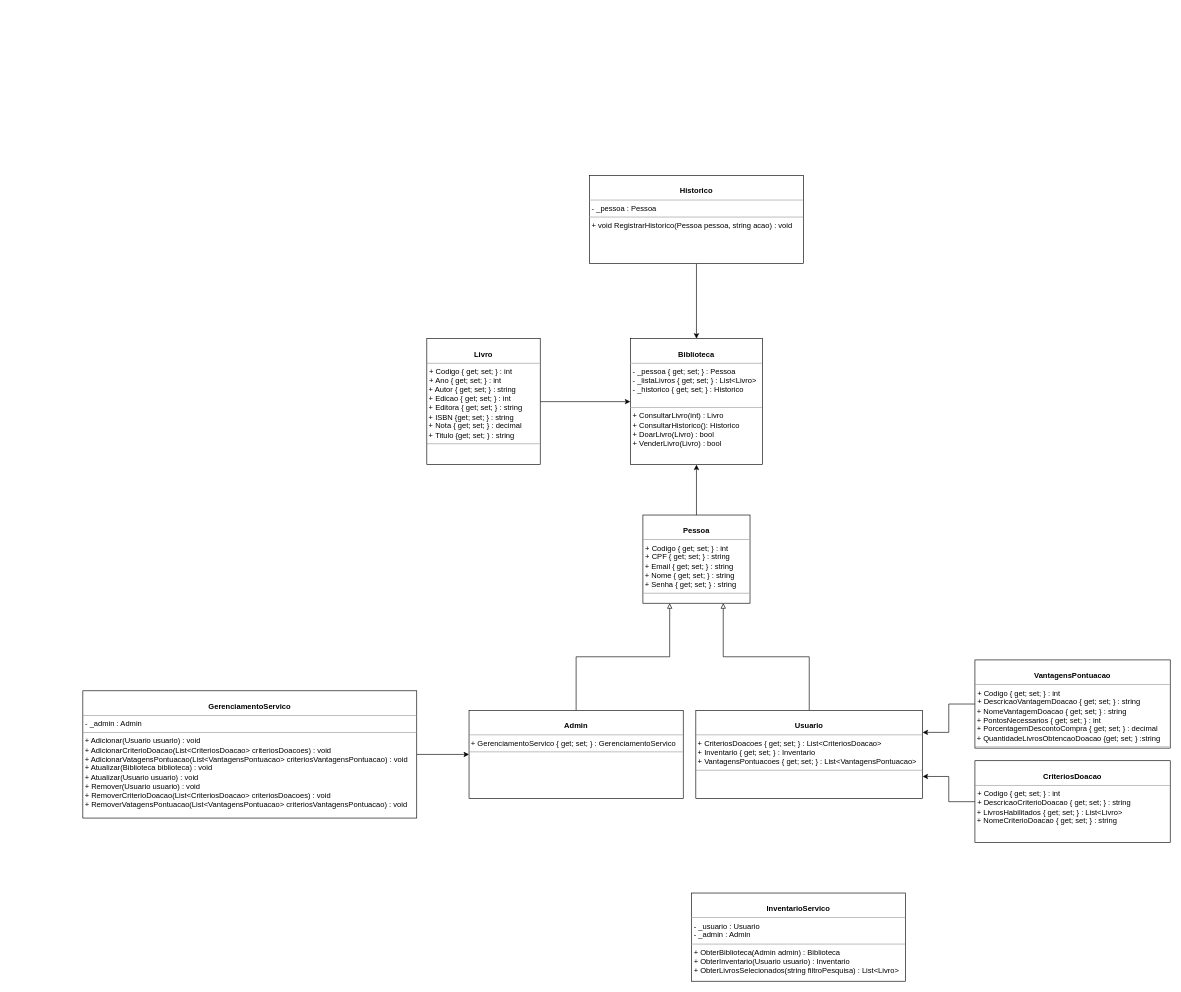
The draw.io diagram novoDiagramaClasse.drawio in lucaspercisi/UFFS, before the edit. Source tidied: cells renumbered, new cells numbered last; positions are measured from the earlier drawing's top-left corner, leaving out a move shared by most shapes. Both pictures are drawn from the tidied source at 63%, with x=0, y=0 at pixel (83, 175).
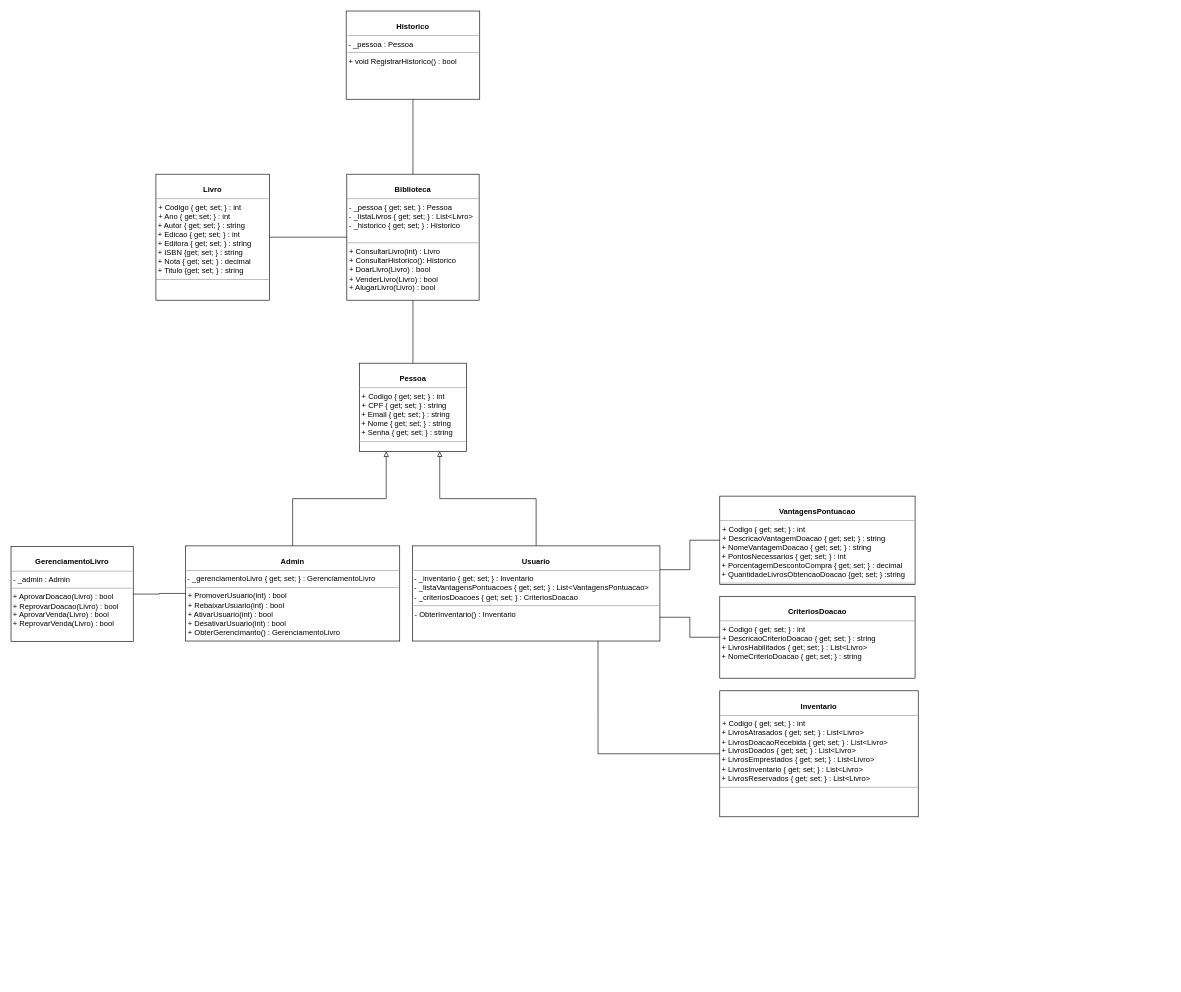
The same diagram, later.

Diff of the diagram source:
```diff
@@
-    <mxCell id="2" value="&lt;p style=&quot;margin:0px;margin-top:4px;text-align:center;&quot;&gt;&lt;br&gt;&lt;b&gt;Biblioteca&lt;/b&gt;&lt;/p&gt;&lt;hr size=&quot;1&quot;&gt;&lt;p style=&quot;margin: 0px 0px 0px 4px;&quot;&gt;- _pessoa { get; set; } : Pessoa&lt;/p&gt;&lt;p style=&quot;margin: 0px 0px 0px 4px;&quot;&gt;- _listaLivros { get; set; } : List&amp;lt;Livro&amp;gt;&lt;/p&gt;&lt;p style=&quot;margin: 0px 0px 0px 4px;&quot;&gt;- _historico { get; set; } : Historico&lt;/p&gt;&lt;br&gt;&lt;hr size=&quot;1&quot;&gt;&lt;p style=&quot;margin:0px;margin-left:4px;&quot;&gt;+ ConsultarLivro(int) : Livro&lt;/p&gt;&lt;p style=&quot;margin:0px;margin-left:4px;&quot;&gt;+ ConsultarHistorico(): Historico&lt;/p&gt;&lt;p style=&quot;margin:0px;margin-left:4px;&quot;&gt;+ DoarLivro(Livro) : bool&lt;/p&gt;&lt;p style=&quot;margin:0px;margin-left:4px;&quot;&gt;+ VenderLivro(Livro) : bool&lt;/p&gt;" style="verticalAlign=top;align=left;overflow=fill;fontSize=12;fontFamily=Helvetica;html=1;rounded=0;shadow=0;comic=0;labelBackgroundColor=none;strokeWidth=1;" parent="1" vertex="1">
-      <mxGeometry x="869" y="259" width="210" height="200" as="geometry" />
+    <mxCell id="2" value="&lt;p style=&quot;margin:0px;margin-top:4px;text-align:center;&quot;&gt;&lt;br&gt;&lt;b&gt;Biblioteca&lt;/b&gt;&lt;/p&gt;&lt;hr size=&quot;1&quot;&gt;&lt;p style=&quot;margin: 0px 0px 0px 4px;&quot;&gt;- _pessoa { get; set; } : Pessoa&lt;/p&gt;&lt;p style=&quot;margin: 0px 0px 0px 4px;&quot;&gt;- _listaLivros { get; set; } : List&amp;lt;Livro&amp;gt;&lt;/p&gt;&lt;p style=&quot;margin: 0px 0px 0px 4px;&quot;&gt;- _historico { get; set; } : Historico&lt;/p&gt;&lt;br&gt;&lt;hr size=&quot;1&quot;&gt;&lt;p style=&quot;margin:0px;margin-left:4px;&quot;&gt;+ ConsultarLivro(int) : Livro&lt;/p&gt;&lt;p style=&quot;margin:0px;margin-left:4px;&quot;&gt;+ ConsultarHistorico(): Historico&lt;/p&gt;&lt;p style=&quot;margin:0px;margin-left:4px;&quot;&gt;+ DoarLivro(Livro) : bool&lt;/p&gt;&lt;p style=&quot;margin:0px;margin-left:4px;&quot;&gt;+ VenderLivro(Livro) : bool&lt;/p&gt;&lt;p style=&quot;margin:0px;margin-left:4px;&quot;&gt;+ AlugarLivro(Livro) : bool&lt;/p&gt;" style="verticalAlign=top;align=left;overflow=fill;fontSize=12;fontFamily=Helvetica;html=1;rounded=0;shadow=0;comic=0;labelBackgroundColor=none;strokeWidth=1;" parent="1" vertex="1">
+      <mxGeometry x="419" y="-2" width="210" height="200" as="geometry" />
     </mxCell>
-    <mxCell id="3" style="edgeStyle=orthogonalEdgeStyle;rounded=0;jettySize=auto;html=1;exitX=0.5;exitY=0;exitDx=0;exitDy=0;" parent="1" edge="1" source="4" target="2">
+    <mxCell id="3" style="edgeStyle=orthogonalEdgeStyle;rounded=0;jettySize=auto;html=1;exitX=0.5;exitY=0;exitDx=0;exitDy=0;endArrow=none;endFill=0;" parent="1" edge="1" source="4" target="2">
       <mxGeometry relative="1" as="geometry" />
     </mxCell>
     <mxCell id="4" value="&lt;p style=&quot;margin:0px;margin-top:4px;text-align:center;&quot;&gt;&lt;br&gt;&lt;b&gt;Pessoa&lt;/b&gt;&lt;/p&gt;&lt;hr size=&quot;1&quot;&gt;&lt;p style=&quot;margin: 0px 0px 0px 4px;&quot;&gt;+ Codigo { get; set; } : int&lt;/p&gt;&lt;p style=&quot;margin: 0px 0px 0px 4px;&quot;&gt;+ CPF { get; set; } : string&lt;/p&gt;&amp;nbsp;+ Email { get; set; } : string&amp;nbsp;&lt;br&gt;&amp;nbsp;+ Nome { get; set; } : string&lt;br&gt;&amp;nbsp;+ Senha { get; set; } : string&lt;br&gt;&lt;hr size=&quot;1&quot;&gt;&lt;p style=&quot;margin:0px;margin-left:4px;&quot;&gt;&lt;br&gt;&lt;/p&gt;&lt;p style=&quot;margin:0px;margin-left:4px;&quot;&gt;&lt;br&gt;&lt;/p&gt;" style="verticalAlign=top;align=left;overflow=fill;fontSize=12;fontFamily=Helvetica;html=1;rounded=0;shadow=0;comic=0;labelBackgroundColor=none;strokeWidth=1;" parent="1" vertex="1">
-      <mxGeometry x="889" y="539" width="170" height="140" as="geometry" />
+      <mxGeometry x="439" y="298" width="170" height="140" as="geometry" />
     </mxCell>
@@
-    <mxCell id="6" value="&lt;p style=&quot;margin:0px;margin-top:4px;text-align:center;&quot;&gt;&lt;br&gt;&lt;b&gt;Admin&lt;/b&gt;&lt;/p&gt;&lt;hr size=&quot;1&quot;&gt;&lt;p style=&quot;margin: 0px 0px 0px 4px;&quot;&gt;&lt;/p&gt;&amp;nbsp;+ GerenciamentoServico { get; set; } : GerenciamentoServico&amp;nbsp;&lt;br&gt;&lt;hr size=&quot;1&quot;&gt;&lt;p style=&quot;margin:0px;margin-left:4px;&quot;&gt;&lt;br&gt;&lt;/p&gt;&lt;p style=&quot;margin:0px;margin-left:4px;&quot;&gt;&lt;br&gt;&lt;/p&gt;" style="verticalAlign=top;align=left;overflow=fill;fontSize=12;fontFamily=Helvetica;html=1;rounded=0;shadow=0;comic=0;labelBackgroundColor=none;strokeWidth=1;" parent="1" vertex="1">
-      <mxGeometry x="613" y="849" width="340" height="140" as="geometry" />
+    <mxCell id="6" value="&lt;p style=&quot;margin:0px;margin-top:4px;text-align:center;&quot;&gt;&lt;br&gt;&lt;b&gt;Admin&lt;/b&gt;&lt;/p&gt;&lt;hr size=&quot;1&quot;&gt;&lt;p style=&quot;margin: 0px 0px 0px 4px;&quot;&gt;&lt;/p&gt;&amp;nbsp;- _gerenciamentoLivro { get; set; } : GerenciamentoLivro&lt;br&gt;&lt;hr size=&quot;1&quot;&gt;&lt;p style=&quot;margin:0px;margin-left:4px;&quot;&gt;+ PromoverUsuario(int) : bool&lt;/p&gt;&lt;p style=&quot;margin:0px;margin-left:4px;&quot;&gt;+ RebaixarUsuario(int) : bool&lt;br&gt;&lt;/p&gt;&lt;p style=&quot;margin:0px;margin-left:4px;&quot;&gt;+ AtivarUsuario(int) : bool&lt;br&gt;&lt;/p&gt;&lt;p style=&quot;margin:0px;margin-left:4px;&quot;&gt;+ DesativarUsuario(int) : bool&lt;br&gt;&lt;/p&gt;&lt;p style=&quot;margin:0px;margin-left:4px;&quot;&gt;+ ObterGerencimanto() : GerenciamentoLivro&lt;/p&gt;&lt;p style=&quot;margin:0px;margin-left:4px;&quot;&gt;&lt;br&gt;&lt;/p&gt;" style="verticalAlign=top;align=left;overflow=fill;fontSize=12;fontFamily=Helvetica;html=1;rounded=0;shadow=0;comic=0;labelBackgroundColor=none;strokeWidth=1;" parent="1" vertex="1">
+      <mxGeometry x="163" y="588" width="340" height="151" as="geometry" />
     </mxCell>
@@
-    <mxCell id="8" value="&lt;p style=&quot;margin:0px;margin-top:4px;text-align:center;&quot;&gt;&lt;br&gt;&lt;b&gt;Usuario&lt;/b&gt;&lt;/p&gt;&lt;hr size=&quot;1&quot;&gt;&lt;p style=&quot;margin: 0px 0px 0px 4px;&quot;&gt;&lt;/p&gt;&amp;nbsp;+ CriteriosDoacoes { get; set; } : List&amp;lt;CriteriosDoacao&amp;gt;&amp;nbsp;&lt;br&gt;&amp;nbsp;+ Inventario { get; set; } : Inventario&amp;nbsp;&lt;br&gt;&amp;nbsp;+ VantagensPontuacoes { get; set; } : List&amp;lt;VantagensPontuacao&amp;gt;&amp;nbsp;&lt;br&gt;&lt;hr size=&quot;1&quot;&gt;&lt;p style=&quot;margin:0px;margin-left:4px;&quot;&gt;&lt;br&gt;&lt;/p&gt;&lt;p style=&quot;margin:0px;margin-left:4px;&quot;&gt;&lt;br&gt;&lt;/p&gt;" style="verticalAlign=top;align=left;overflow=fill;fontSize=12;fontFamily=Helvetica;html=1;rounded=0;shadow=0;comic=0;labelBackgroundColor=none;strokeWidth=1;" parent="1" vertex="1">
-      <mxGeometry x="973" y="849" width="360" height="140" as="geometry" />
+    <mxCell id="8" value="&lt;p style=&quot;margin:0px;margin-top:4px;text-align:center;&quot;&gt;&lt;br&gt;&lt;b&gt;Usuario&lt;/b&gt;&lt;/p&gt;&lt;hr size=&quot;1&quot;&gt;&lt;p style=&quot;margin: 0px 0px 0px 4px;&quot;&gt;&lt;/p&gt;&amp;nbsp;-&amp;nbsp;_inventario { get; set; } : Inventario&amp;nbsp;&lt;br&gt;&amp;nbsp;- _listaVantagensPontuacoes { get; set; } : List&amp;lt;VantagensPontuacao&amp;gt;&lt;br&gt;&amp;nbsp;- _criteriosDoacoes { get; set; } : CriteriosDoacao&lt;br&gt;&lt;hr size=&quot;1&quot;&gt;&lt;p style=&quot;margin:0px;margin-left:4px;&quot;&gt;- ObterInventario() : Inventario&lt;/p&gt;&lt;p style=&quot;margin:0px;margin-left:4px;&quot;&gt;&lt;br&gt;&lt;/p&gt;" style="verticalAlign=top;align=left;overflow=fill;fontSize=12;fontFamily=Helvetica;html=1;rounded=0;shadow=0;comic=0;labelBackgroundColor=none;strokeWidth=1;" parent="1" vertex="1">
+      <mxGeometry x="523" y="588" width="393" height="151" as="geometry" />
     </mxCell>
-    <mxCell id="9" style="edgeStyle=orthogonalEdgeStyle;rounded=0;jettySize=auto;html=1;exitX=0.5;exitY=1;exitDx=0;exitDy=0;" parent="1" edge="1" source="10" target="2">
+    <mxCell id="9" style="edgeStyle=orthogonalEdgeStyle;rounded=0;jettySize=auto;html=1;exitX=0.5;exitY=1;exitDx=0;exitDy=0;endArrow=none;endFill=0;" parent="1" edge="1" source="10" target="2">
       <mxGeometry relative="1" as="geometry" />
     </mxCell>
-    <mxCell id="10" value="&lt;p style=&quot;margin:0px;margin-top:4px;text-align:center;&quot;&gt;&lt;br&gt;&lt;b&gt;Historico&lt;/b&gt;&lt;/p&gt;&lt;hr size=&quot;1&quot;&gt;&lt;p style=&quot;margin: 0px 0px 0px 4px;&quot;&gt;-&amp;nbsp;_pessoa : Pessoa&lt;br&gt;&lt;/p&gt;&lt;hr size=&quot;1&quot;&gt;&lt;p style=&quot;margin:0px;margin-left:4px;&quot;&gt;+ void RegistrarHistorico(Pessoa pessoa, string acao) : void&lt;br&gt;&lt;/p&gt;&lt;p style=&quot;margin:0px;margin-left:4px;&quot;&gt;&lt;br&gt;&lt;/p&gt;" style="verticalAlign=top;align=left;overflow=fill;fontSize=12;fontFamily=Helvetica;html=1;rounded=0;shadow=0;comic=0;labelBackgroundColor=none;strokeWidth=1;" parent="1" vertex="1">
-      <mxGeometry x="804" width="340" height="140" as="geometry" />
+    <mxCell id="10" value="&lt;p style=&quot;margin:0px;margin-top:4px;text-align:center;&quot;&gt;&lt;br&gt;&lt;b&gt;Historico&lt;/b&gt;&lt;/p&gt;&lt;hr size=&quot;1&quot;&gt;&lt;p style=&quot;margin: 0px 0px 0px 4px;&quot;&gt;-&amp;nbsp;_pessoa : Pessoa&lt;br&gt;&lt;/p&gt;&lt;hr size=&quot;1&quot;&gt;&lt;p style=&quot;margin:0px;margin-left:4px;&quot;&gt;+ void RegistrarHistorico() : bool&lt;br&gt;&lt;/p&gt;&lt;p style=&quot;margin:0px;margin-left:4px;&quot;&gt;&lt;br&gt;&lt;/p&gt;" style="verticalAlign=top;align=left;overflow=fill;fontSize=12;fontFamily=Helvetica;html=1;rounded=0;shadow=0;comic=0;labelBackgroundColor=none;strokeWidth=1;" parent="1" vertex="1">
+      <mxGeometry x="418" y="-261" width="212" height="140" as="geometry" />
     </mxCell>
-    <mxCell id="11" value="&lt;p style=&quot;margin:0px;margin-top:4px;text-align:center;&quot;&gt;&lt;br&gt;&lt;b&gt;InventarioServico&lt;/b&gt;&lt;/p&gt;&lt;hr size=&quot;1&quot;&gt;&lt;p style=&quot;margin: 0px 0px 0px 4px;&quot;&gt;-&amp;nbsp;_usuario : Usuario&lt;/p&gt;&lt;p style=&quot;margin: 0px 0px 0px 4px;&quot;&gt;- _admin : Admin&lt;/p&gt;&lt;hr size=&quot;1&quot;&gt;&lt;p style=&quot;margin:0px;margin-left:4px;&quot;&gt;+ ObterBiblioteca(Admin admin) : Biblioteca&lt;/p&gt;&lt;p style=&quot;margin:0px;margin-left:4px;&quot;&gt;+ ObterInventario(Usuario usuario) : Inventario&lt;/p&gt;&lt;p style=&quot;margin:0px;margin-left:4px;&quot;&gt;+ ObterLivrosSelecionados(string filtroPesquisa) : List&amp;lt;Livro&amp;gt;&lt;/p&gt;&lt;p style=&quot;margin:0px;margin-left:4px;&quot;&gt;&lt;br&gt;&lt;/p&gt;" style="verticalAlign=top;align=left;overflow=fill;fontSize=12;fontFamily=Helvetica;html=1;rounded=0;shadow=0;comic=0;labelBackgroundColor=none;strokeWidth=1;" parent="1" vertex="1">
-      <mxGeometry x="966" y="1139" width="340" height="140" as="geometry" />
-    </mxCell>
-    <mxCell id="12" style="edgeStyle=orthogonalEdgeStyle;rounded=0;jettySize=auto;html=1;exitX=0;exitY=0.5;exitDx=0;exitDy=0;entryX=1;entryY=0.25;entryDx=0;entryDy=0;" parent="1" edge="1" source="13" target="8">
+    <mxCell id="12" style="edgeStyle=orthogonalEdgeStyle;rounded=0;jettySize=auto;html=1;exitX=0;exitY=0.5;exitDx=0;exitDy=0;entryX=1;entryY=0.25;entryDx=0;entryDy=0;endArrow=none;endFill=0;" parent="1" edge="1" source="13" target="8">
       <mxGeometry relative="1" as="geometry" />
     </mxCell>
     <mxCell id="13" value="&lt;p style=&quot;margin:0px;margin-top:4px;text-align:center;&quot;&gt;&lt;br&gt;&lt;b&gt;VantagensPontuacao&lt;/b&gt;&lt;/p&gt;&lt;hr size=&quot;1&quot;&gt;&lt;p style=&quot;margin: 0px 0px 0px 4px;&quot;&gt;+ Codigo { get; set; } : int&lt;/p&gt;&lt;p style=&quot;margin: 0px 0px 0px 4px;&quot;&gt;+ DescricaoVantagemDoacao { get; set; } : string&lt;/p&gt;&amp;nbsp;+ NomeVantagemDoacao { get; set; } : string&amp;nbsp;&lt;br&gt;&amp;nbsp;+ PontosNecessarios { get; set; } : int&lt;br&gt;&amp;nbsp;+ PorcentagemDescontoCompra { get; set; } : decimal&lt;br&gt;&amp;nbsp;+&amp;nbsp;QuantidadeLivrosObtencaoDoacao {get; set; } :string&lt;br&gt;&lt;hr size=&quot;1&quot;&gt;&lt;p style=&quot;margin:0px;margin-left:4px;&quot;&gt;&lt;br&gt;&lt;/p&gt;&lt;p style=&quot;margin:0px;margin-left:4px;&quot;&gt;&lt;br&gt;&lt;/p&gt;" style="verticalAlign=top;align=left;overflow=fill;fontSize=12;fontFamily=Helvetica;html=1;rounded=0;shadow=0;comic=0;labelBackgroundColor=none;strokeWidth=1;" parent="1" vertex="1">
-      <mxGeometry x="1416" y="769" width="310" height="140" as="geometry" />
+      <mxGeometry x="1011" y="509" width="310" height="140" as="geometry" />
     </mxCell>
-    <mxCell id="14" style="edgeStyle=orthogonalEdgeStyle;rounded=0;jettySize=auto;html=1;exitX=0;exitY=0.5;exitDx=0;exitDy=0;entryX=1;entryY=0.75;entryDx=0;entryDy=0;" parent="1" edge="1" source="15" target="8">
+    <mxCell id="14" style="edgeStyle=orthogonalEdgeStyle;rounded=0;jettySize=auto;html=1;exitX=0;exitY=0.5;exitDx=0;exitDy=0;entryX=1;entryY=0.75;entryDx=0;entryDy=0;endArrow=none;endFill=0;" parent="1" edge="1" source="15" target="8">
       <mxGeometry relative="1" as="geometry" />
     </mxCell>
     <mxCell id="15" value="&lt;p style=&quot;margin:0px;margin-top:4px;text-align:center;&quot;&gt;&lt;br&gt;&lt;b&gt;CriteriosDoacao&lt;/b&gt;&lt;br&gt;&lt;/p&gt;&lt;hr size=&quot;1&quot;&gt;&lt;p style=&quot;margin: 0px 0px 0px 4px;&quot;&gt;+ Codigo { get; set; } : int&lt;/p&gt;&lt;p style=&quot;margin: 0px 0px 0px 4px;&quot;&gt;+ DescricaoCriterioDoacao { get; set; } : string&lt;/p&gt;&amp;nbsp;+ LivrosHabilitados { get; set; } : List&amp;lt;Livro&amp;gt;&lt;br&gt;&amp;nbsp;+ NomeCriterioDoacao { get; set; } : string&lt;p style=&quot;margin:0px;margin-left:4px;&quot;&gt;&lt;br&gt;&lt;/p&gt;&lt;p style=&quot;margin:0px;margin-left:4px;&quot;&gt;&lt;br&gt;&lt;/p&gt;" style="verticalAlign=top;align=left;overflow=fill;fontSize=12;fontFamily=Helvetica;html=1;rounded=0;shadow=0;comic=0;labelBackgroundColor=none;strokeWidth=1;" parent="1" vertex="1">
-      <mxGeometry x="1416" y="929" width="310" height="130" as="geometry" />
+      <mxGeometry x="1011" y="668" width="310" height="130" as="geometry" />
     </mxCell>
-    <mxCell id="16" style="edgeStyle=orthogonalEdgeStyle;rounded=0;jettySize=auto;html=1;exitX=1;exitY=0.5;exitDx=0;exitDy=0;" parent="1" edge="1" source="17" target="6">
+    <mxCell id="16" style="edgeStyle=orthogonalEdgeStyle;rounded=0;jettySize=auto;html=1;exitX=1;exitY=0.5;exitDx=0;exitDy=0;endArrow=none;endFill=0;" parent="1" edge="1" source="17" target="6">
       <mxGeometry relative="1" as="geometry" />
     </mxCell>
-    <mxCell id="17" value="&lt;p style=&quot;margin:0px;margin-top:4px;text-align:center;&quot;&gt;&lt;br&gt;&lt;b&gt;GerenciamentoServico&lt;/b&gt;&lt;/p&gt;&lt;hr size=&quot;1&quot;&gt;&lt;p style=&quot;margin: 0px 0px 0px 4px;&quot;&gt;&lt;span style=&quot;background-color: initial;&quot;&gt;- _admin : Admin&lt;/span&gt;&lt;/p&gt;&lt;hr size=&quot;1&quot;&gt;&lt;p style=&quot;margin:0px;margin-left:4px;&quot;&gt;&lt;/p&gt;&amp;nbsp;&lt;span style=&quot;background-color: initial;&quot;&gt;+ Adicionar(Usuario usuario) : void&lt;br&gt;&lt;/span&gt;&amp;nbsp;+ AdicionarCriterioDoacao(List&amp;lt;CriteriosDoacao&amp;gt; criteriosDoacoes) : void&lt;br&gt;&amp;nbsp;+ AdicionarVatagensPontuacao(List&amp;lt;VantagensPontuacao&amp;gt; criteriosVantagensPontuacao) : void&lt;br&gt;&amp;nbsp;+ Atualizar(Biblioteca biblioteca) : void&lt;br&gt;&amp;nbsp;+ Atualizar(Usuario usuario) : void&lt;br&gt;&amp;nbsp;+ Remover(Usuario usuario) : void&lt;br&gt;&amp;nbsp;+ RemoverCriterioDoacao(List&amp;lt;CriteriosDoacao&amp;gt; criteriosDoacoes) : void&lt;br&gt;&amp;nbsp;+ RemoverVatagensPontuacao(List&amp;lt;VantagensPontuacao&amp;gt; criteriosVantagensPontuacao) : void&lt;br&gt;&lt;br&gt;" style="verticalAlign=top;align=left;overflow=fill;fontSize=12;fontFamily=Helvetica;html=1;rounded=0;shadow=0;comic=0;labelBackgroundColor=none;strokeWidth=1;" parent="1" vertex="1">
-      <mxGeometry y="818" width="530" height="202" as="geometry" />
+    <mxCell id="17" value="&lt;p style=&quot;margin:0px;margin-top:4px;text-align:center;&quot;&gt;&lt;br&gt;&lt;b&gt;GerenciamentoLivro&lt;/b&gt;&lt;/p&gt;&lt;hr size=&quot;1&quot;&gt;&lt;p style=&quot;margin: 0px 0px 0px 4px;&quot;&gt;&lt;span style=&quot;background-color: initial;&quot;&gt;- _admin : Admin&lt;/span&gt;&lt;/p&gt;&lt;hr size=&quot;1&quot;&gt;&lt;p style=&quot;margin:0px;margin-left:4px;&quot;&gt;&lt;/p&gt;&amp;nbsp;&lt;span style=&quot;background-color: initial;&quot;&gt;+ AprovarDoacao(Livro) : bool&lt;br&gt;&lt;/span&gt;&amp;nbsp;+ ReprovarDoacao(Livro) : bool&lt;br&gt;&amp;nbsp;+ AprovarVenda(Livro) : bool&lt;br&gt;&amp;nbsp;+ ReprovarVenda(Livro) : bool" style="verticalAlign=top;align=left;overflow=fill;fontSize=12;fontFamily=Helvetica;html=1;rounded=0;shadow=0;comic=0;labelBackgroundColor=none;strokeWidth=1;" parent="1" vertex="1">
+      <mxGeometry x="-114" y="589" width="194" height="151" as="geometry" />
     </mxCell>
-    <mxCell id="18" style="edgeStyle=orthogonalEdgeStyle;rounded=0;jettySize=auto;html=1;exitX=1;exitY=0.5;exitDx=0;exitDy=0;entryX=0;entryY=0.5;entryDx=0;entryDy=0;" parent="1" edge="1" source="19" target="2">
+    <mxCell id="18" style="edgeStyle=orthogonalEdgeStyle;rounded=0;jettySize=auto;html=1;exitX=1;exitY=0.5;exitDx=0;exitDy=0;entryX=0;entryY=0.5;entryDx=0;entryDy=0;endArrow=none;endFill=0;" parent="1" edge="1" source="19" target="2">
       <mxGeometry relative="1" as="geometry" />
     </mxCell>
     <mxCell id="19" value="&lt;p style=&quot;margin:0px;margin-top:4px;text-align:center;&quot;&gt;&lt;br&gt;&lt;b&gt;Livro&lt;/b&gt;&lt;/p&gt;&lt;hr size=&quot;1&quot;&gt;&lt;p style=&quot;margin: 0px 0px 0px 4px;&quot;&gt;+ Codigo { get; set; } : int&lt;/p&gt;&lt;p style=&quot;margin: 0px 0px 0px 4px;&quot;&gt;+ Ano { get; set; } : int&lt;/p&gt;&amp;nbsp;+ Autor { get; set; } : string&amp;nbsp;&lt;br&gt;&amp;nbsp;+ Edicao { get; set; } : int&lt;br&gt;&amp;nbsp;+ Editora { get; set; } : string&lt;br&gt;&amp;nbsp;+&amp;nbsp;ISBN {get; set; } : string&lt;br&gt;&amp;nbsp;+ Nota { get; set; } : decimal&lt;br&gt;&amp;nbsp;+&amp;nbsp;Titulo {get; set; } : string&lt;br&gt;&lt;hr size=&quot;1&quot;&gt;&lt;p style=&quot;margin:0px;margin-left:4px;&quot;&gt;&lt;br&gt;&lt;/p&gt;&lt;p style=&quot;margin:0px;margin-left:4px;&quot;&gt;&lt;br&gt;&lt;/p&gt;" style="verticalAlign=top;align=left;overflow=fill;fontSize=12;fontFamily=Helvetica;html=1;rounded=0;shadow=0;comic=0;labelBackgroundColor=none;strokeWidth=1;" parent="1" vertex="1">
-      <mxGeometry x="546" y="259" width="180" height="200" as="geometry" />
+      <mxGeometry x="116" y="-2" width="180" height="200" as="geometry" />
     </mxCell>
+    <mxCell id="20" style="edgeStyle=orthogonalEdgeStyle;rounded=0;jettySize=auto;html=1;exitX=0;exitY=0.5;exitDx=0;exitDy=0;entryX=0.75;entryY=1;entryDx=0;entryDy=0;endArrow=none;endFill=0;" parent="1" edge="1" source="21" target="8">
+      <mxGeometry relative="1" as="geometry" />
+    </mxCell>
+    <mxCell id="21" value="&lt;p style=&quot;margin:0px;margin-top:4px;text-align:center;&quot;&gt;&lt;br&gt;&lt;b&gt;Inventario&lt;/b&gt;&lt;/p&gt;&lt;hr size=&quot;1&quot;&gt;&lt;p style=&quot;margin: 0px 0px 0px 4px;&quot;&gt;&lt;span style=&quot;background-color: initial;&quot;&gt;+ Codigo { get; set; } : int&lt;/span&gt;&lt;br&gt;&lt;/p&gt;&amp;nbsp;+ LivrosAtrasados { get; set; } : List&amp;lt;Livro&amp;gt;&amp;nbsp;&lt;br&gt;&amp;nbsp;+ LivrosDoacaoRecebida { get; set; } : List&amp;lt;Livro&amp;gt;&amp;nbsp;&lt;br&gt;&amp;nbsp;+ LivrosDoados { get; set; } : List&amp;lt;Livro&amp;gt;&amp;nbsp;&lt;br&gt;&amp;nbsp;+ LivrosEmprestados { get; set; } : List&amp;lt;Livro&amp;gt;&amp;nbsp;&lt;br&gt;&amp;nbsp;+ LivrosInventario { get; set; } : List&amp;lt;Livro&amp;gt;&amp;nbsp;&lt;br&gt;&amp;nbsp;+ LivrosReservados { get; set; } : List&amp;lt;Livro&amp;gt;&amp;nbsp;&lt;hr size=&quot;1&quot;&gt;&lt;p style=&quot;margin:0px;margin-left:4px;&quot;&gt;&lt;br&gt;&lt;/p&gt;&lt;p style=&quot;margin:0px;margin-left:4px;&quot;&gt;&lt;br&gt;&lt;/p&gt;" style="verticalAlign=top;align=left;overflow=fill;fontSize=12;fontFamily=Helvetica;html=1;rounded=0;shadow=0;comic=0;labelBackgroundColor=none;strokeWidth=1;" parent="1" vertex="1">
+      <mxGeometry x="1011" y="818" width="315" height="200" as="geometry" />
+    </mxCell>
```
